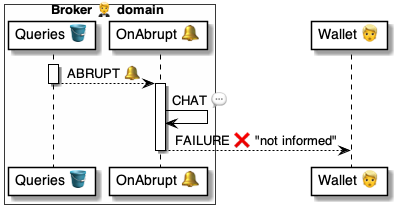
Earlier version of the PlantUML export 4 ⚙️ Solution/20 🧑‍🦰 UI/Brokers 🤵/🤵🪣 Broker tables/Queries 💼 table/🪣🧱 2 Abrupt 🔔 event/🤵 OnQueryAbrupt ⚙️ uml.png (pollyweb-org/pollyweb-docs). Its source is kept beside it as 4 ⚙️ Solution/20 🧑‍🦰 UI/Brokers 🤵/🤵🪣 Broker tables/Queries 💼 table/🪣🧱 2 Abrupt 🔔 event/🤵 OnQueryAbrupt ⚙️ uml.puml.
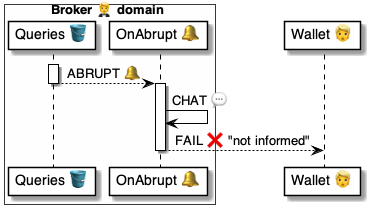
After the commit.

What changed in the source:
```diff
@@ -13,7 +13,7 @@
 
 activate handler
     handler -> handler: CHAT 💬
-    handler --> wallet: FAILURE ❌ "not informed"
+    handler --> wallet: FAIL ❌ "not informed"
 deactivate handler
 
 @enduml
```
